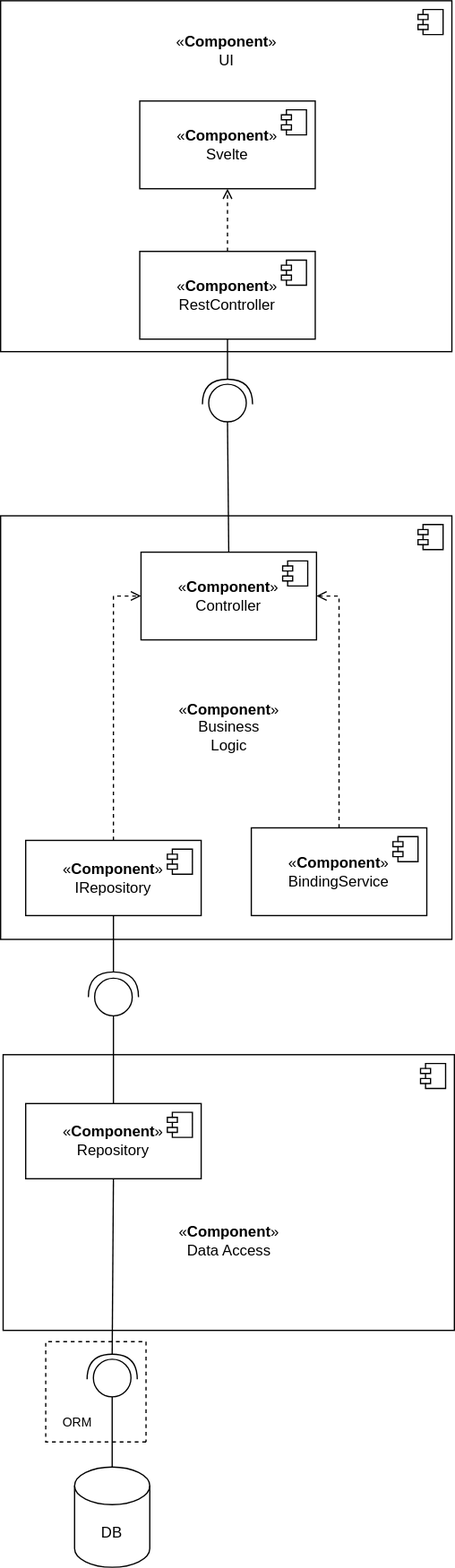
The draw.io diagram img/layers.svg in TwoTeaToTwo/IU7_Software_Design, before a commit. Source tidied: cells renumbered, new cells last; positions are measured from the earlier drawing's top-left corner, leaving out a move shared by most shapes.
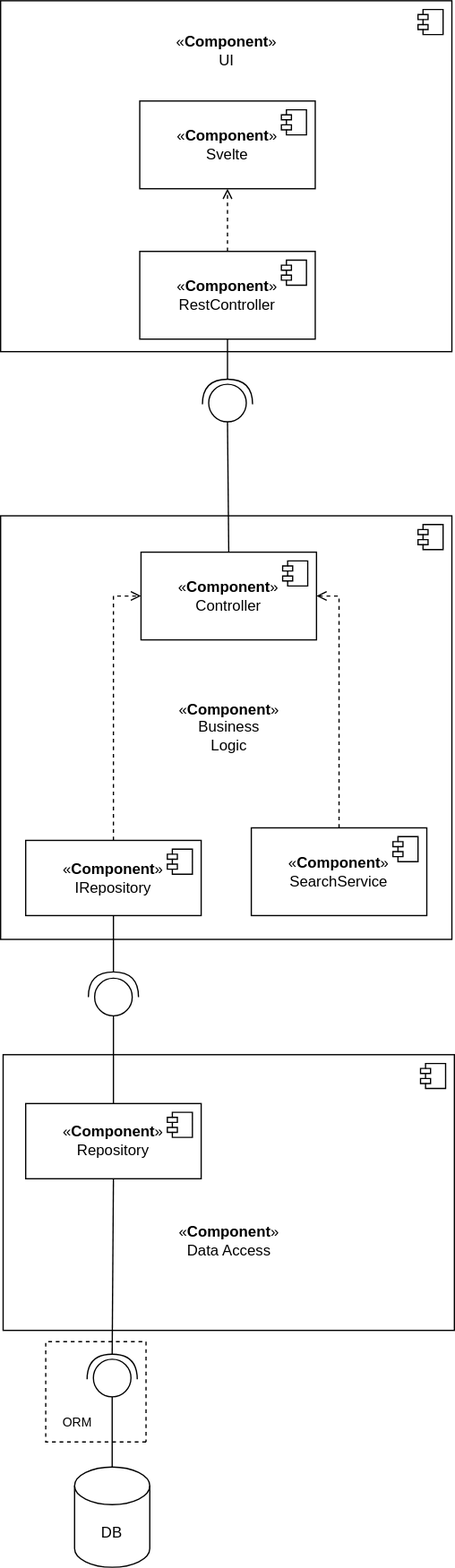
Above is the later version.

What changed in the source:
```diff
@@ -71,7 +71,7 @@
     <mxCell id="20" style="edgeStyle=orthogonalEdgeStyle;rounded=0;jettySize=auto;html=1;exitX=0.5;exitY=1;exitDx=0;exitDy=0;entryX=1;entryY=0.5;entryDx=0;entryDy=0;entryPerimeter=0;endArrow=none;endFill=0;" parent="1" edge="1" source="18" target="15">
       <mxGeometry relative="1" as="geometry" />
     </mxCell>
-    <mxCell id="21" value="«&lt;b&gt;Component&lt;/b&gt;»&lt;div&gt;BindingService&lt;/div&gt;" style="html=1;whiteSpace=wrap;" parent="1" vertex="1">
+    <mxCell id="21" value="«&lt;b&gt;Component&lt;/b&gt;»&lt;div&gt;SearchService&lt;/div&gt;" style="html=1;whiteSpace=wrap;" parent="1" vertex="1">
       <mxGeometry x="200" y="660" width="140" height="70" as="geometry" />
     </mxCell>
     <mxCell id="22" style="shape=module;jettyWidth=8;jettyHeight=4;" parent="21" vertex="1">
```
